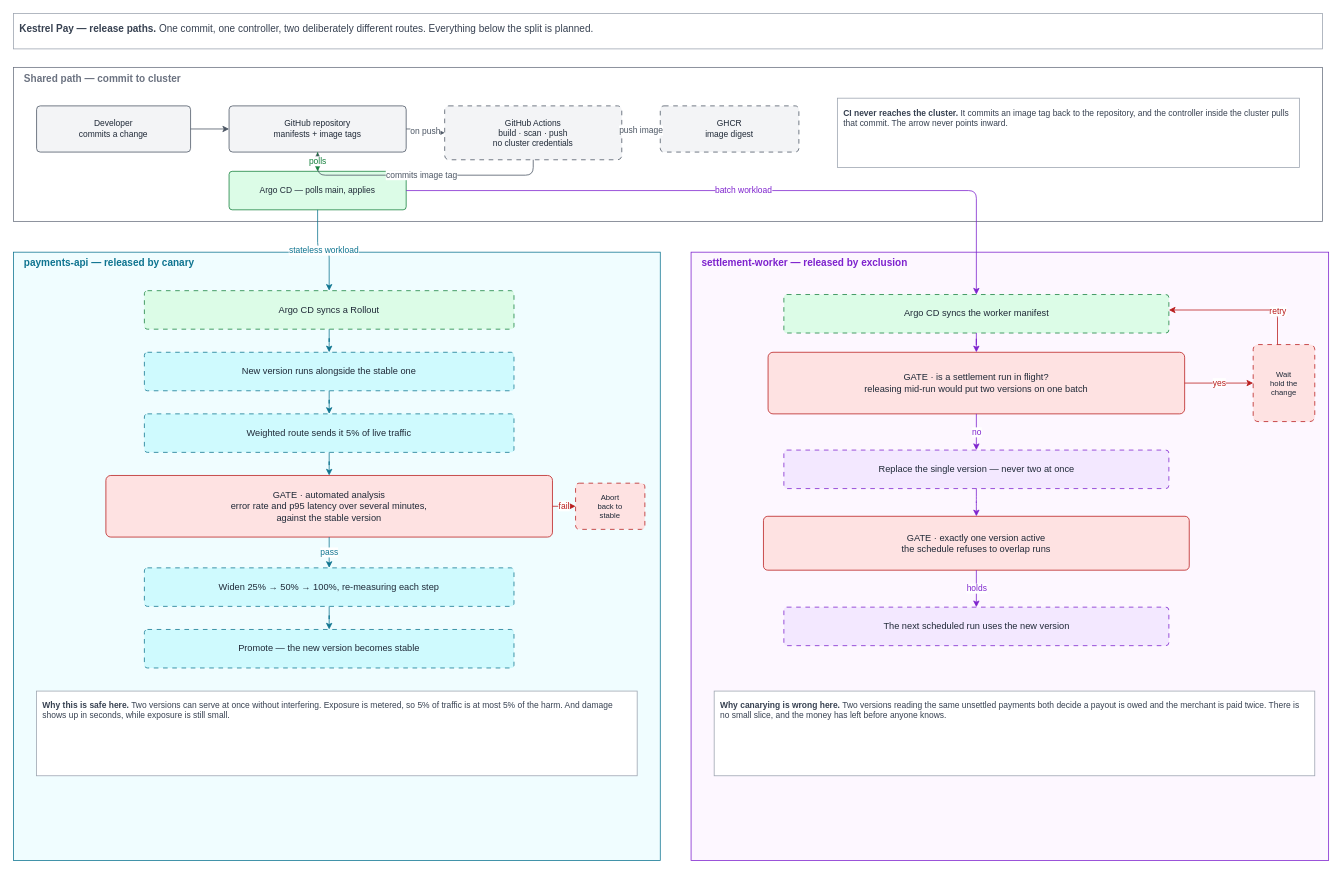
This is page "Release paths" (2 of 2) of docs/diagrams/kestrel-pay-architecture.drawio from mubbyrex/gitops-delivery-platform, a draw.io file, before an edit. Source tidied: cells renumbered, new cells numbered last; positions are measured from the earlier drawing's top-left corner, leaving out a move shared by most shapes. Both pictures are drawn from the tidied source at 77%, with x=0, y=0 at pixel (13, 13).
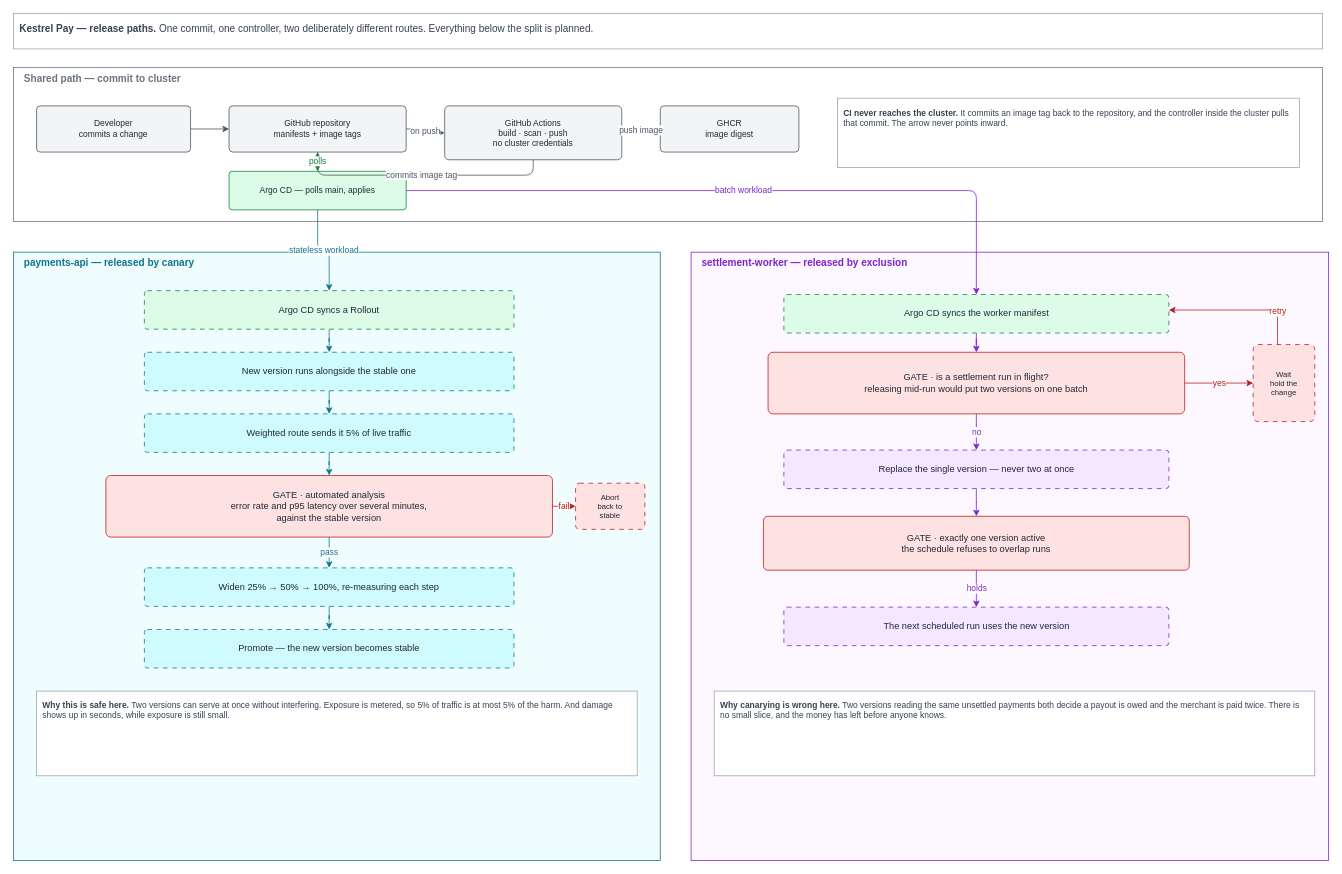
The same page after the edit.

Unchanged cells that the change refers to:
```xml
<mxCell id="3" value="Shared path — commit to cluster" style="rounded=0;whiteSpace=wrap;html=1;fillColor=none;strokeColor=#6b7280;dashed=0;dashPattern=6 6;verticalAlign=top;align=left;spacingLeft=12;fontStyle=1;fontSize=13;fontColor=#6b7280;" parent="1" vertex="1">
  <mxGeometry y="70" width="1700" height="200" as="geometry" />
</mxCell>
```

Diff of the diagram source:
```diff
@@
-    <mxCell id="6" value="GitHub Actions&#10;build · scan · push&#10;no cluster credentials" style="rounded=1;arcSize=8;whiteSpace=wrap;html=1;fillColor=#f3f4f6;strokeColor=#4b5563;dashed=1;dashPattern=6 6;fontSize=11;fontColor=#1f2937;align=center;verticalAlign=middle;" parent="3" vertex="1">
+    <mxCell id="6" value="GitHub Actions&#10;build · scan · push&#10;no cluster credentials" style="rounded=1;arcSize=8;whiteSpace=wrap;html=1;fillColor=#f3f4f6;strokeColor=#4b5563;dashed=0;dashPattern=6 6;fontSize=11;fontColor=#1f2937;align=center;verticalAlign=middle;" parent="3" vertex="1">
       <mxGeometry x="560" y="50" width="230" height="70" as="geometry" />
     </mxCell>
-    <mxCell id="7" value="GHCR&#10;image digest" style="rounded=1;arcSize=8;whiteSpace=wrap;html=1;fillColor=#f3f4f6;strokeColor=#4b5563;dashed=1;dashPattern=6 6;fontSize=11;fontColor=#1f2937;align=center;verticalAlign=middle;" parent="3" vertex="1">
+    <mxCell id="7" value="GHCR&#10;image digest" style="rounded=1;arcSize=8;whiteSpace=wrap;html=1;fillColor=#f3f4f6;strokeColor=#4b5563;dashed=0;dashPattern=6 6;fontSize=11;fontColor=#1f2937;align=center;verticalAlign=middle;" parent="3" vertex="1">
       <mxGeometry x="840" y="50" width="180" height="60" as="geometry" />
     </mxCell>
```
